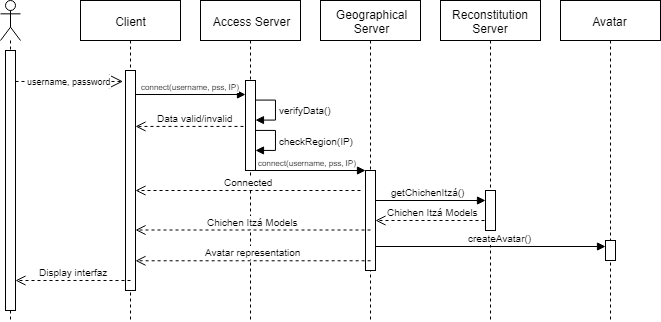
AndresReyesE/7.-Sexto-semestre keeps this draw.io diagram as WIP/PF-Distribuidos/DiagramaSecuencia1.png. Above is the earlier version. Source tidied: cells renumbered, new cells last; positions are measured from the earlier drawing's top-left corner, leaving out a move shared by most shapes.
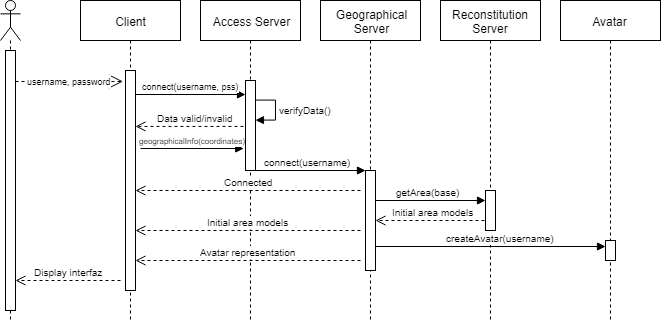
The same diagram one commit later.

Diff of the diagram source:
```diff
@@ -26,7 +26,7 @@
     <mxCell id="8" style="html=1;points=[];perimeter=orthogonalPerimeter;" parent="7" vertex="1">
       <mxGeometry x="45" y="80" width="10" height="90" as="geometry" />
     </mxCell>
-    <mxCell id="9" value="&lt;font style=&quot;font-size: 8px&quot;&gt;connect(username, pss, IP)&lt;/font&gt;" style="html=1;verticalAlign=bottom;endArrow=block;" parent="7" edge="1">
+    <mxCell id="9" value="&lt;font style=&quot;font-size: 10px&quot;&gt;connect(username)&lt;/font&gt;" style="html=1;verticalAlign=bottom;endArrow=block;" parent="7" edge="1">
       <mxGeometry relative="1" as="geometry">
         <mxPoint x="50" y="170" as="sourcePoint" />
         <mxPoint x="165" y="170" as="targetPoint" />
@@ -40,12 +40,12 @@
     <mxCell id="11" value="Geographical&lt;br&gt;Server&lt;br&gt;" style="shape=umlLifeline;perimeter=lifelinePerimeter;whiteSpace=wrap;html=1;" parent="1" vertex="1">
       <mxGeometry x="320" width="100" height="320" as="geometry" />
     </mxCell>
-    <mxCell id="12" value="&lt;font style=&quot;font-size: 10px&quot;&gt;getChichenItzá()&lt;/font&gt;" style="html=1;verticalAlign=bottom;endArrow=block;" parent="11" edge="1" target="16">
+    <mxCell id="12" value="&lt;font style=&quot;font-size: 10px&quot;&gt;getArea(base)&lt;/font&gt;" style="html=1;verticalAlign=bottom;endArrow=block;" parent="11" edge="1" target="16">
       <mxGeometry relative="1" as="geometry">
         <mxPoint x="50" y="200" as="sourcePoint" />
       </mxGeometry>
     </mxCell>
-    <mxCell id="13" value="&lt;font style=&quot;font-size: 10px&quot;&gt;Chichen Itzá Models&lt;/font&gt;" style="html=1;verticalAlign=bottom;endArrow=open;dashed=1;endSize=8;" parent="11" edge="1">
+    <mxCell id="13" value="&lt;font style=&quot;font-size: 10px&quot;&gt;Initial area models&lt;/font&gt;" style="html=1;verticalAlign=bottom;endArrow=open;dashed=1;endSize=8;" parent="11" edge="1">
       <mxGeometry relative="1" as="geometry">
         <mxPoint x="170" y="220" as="sourcePoint" />
         <mxPoint x="55" y="220" as="targetPoint" />
@@ -63,20 +63,11 @@
     <mxCell id="17" value="Avatar" style="shape=umlLifeline;perimeter=lifelinePerimeter;whiteSpace=wrap;html=1;" parent="1" vertex="1">
       <mxGeometry x="560" width="100" height="320" as="geometry" />
     </mxCell>
-    <mxCell id="18" value="&lt;font style=&quot;font-size: 8px&quot;&gt;connect(username, pss, IP)&lt;/font&gt;" style="html=1;verticalAlign=bottom;endArrow=block;" parent="1" edge="1" target="8">
+    <mxCell id="18" value="&lt;font style=&quot;font-size: 9px&quot;&gt;connect(username, pss)&lt;/font&gt;" style="html=1;verticalAlign=bottom;endArrow=block;" parent="1" edge="1" target="8">
       <mxGeometry relative="1" as="geometry">
         <mxPoint x="135" y="94" as="sourcePoint" />
       </mxGeometry>
     </mxCell>
-    <mxCell id="19" value="&lt;font style=&quot;font-size: 10px&quot;&gt;checkRegion(IP)&lt;/font&gt;" style="edgeStyle=orthogonalEdgeStyle;html=1;align=left;spacingLeft=2;endArrow=block;rounded=0;entryX=1;entryY=0;" parent="1" edge="1">
-      <mxGeometry relative="1" as="geometry">
-        <mxPoint x="255" y="129.8" as="sourcePoint" />
-        <mxPoint x="255" y="149.8" as="targetPoint" />
-        <Array as="points">
-          <mxPoint x="275" y="129.5" />
-        </Array>
-      </mxGeometry>
-    </mxCell>
     <mxCell id="20" value="&lt;font style=&quot;font-size: 10px&quot;&gt;verifyData()&lt;/font&gt;" style="edgeStyle=orthogonalEdgeStyle;html=1;align=left;spacingLeft=2;endArrow=block;rounded=0;entryX=1;entryY=0;" parent="1" edge="1">
       <mxGeometry relative="1" as="geometry">
         <mxPoint x="255" y="99.5" as="sourcePoint" />
@@ -89,7 +80,7 @@
     <mxCell id="21" value="&lt;font style=&quot;font-size: 9px&quot;&gt;username, password&lt;/font&gt;" style="endArrow=open;endSize=12;dashed=1;html=1;entryX=-0.245;entryY=0.05;entryDx=0;entryDy=0;entryPerimeter=0;" parent="1" edge="1" source="4" target="6">
       <mxGeometry relative="1" as="geometry" />
     </mxCell>
-    <mxCell id="22" value="&lt;font style=&quot;font-size: 10px&quot;&gt;createAvatar()&lt;/font&gt;" style="html=1;verticalAlign=bottom;endArrow=block;" parent="1" edge="1">
+    <mxCell id="22" value="&lt;font style=&quot;font-size: 10px&quot;&gt;createAvatar(username)&lt;/font&gt;" style="html=1;verticalAlign=bottom;endArrow=block;" parent="1" edge="1">
       <mxGeometry x="0.09" relative="1" as="geometry">
         <mxPoint x="375" y="246" as="sourcePoint" />
         <mxPoint x="605" y="246" as="targetPoint" />
@@ -98,20 +89,26 @@
     <mxCell id="23" style="html=1;perimeter=orthogonalPerimeter;" parent="1" vertex="1">
       <mxGeometry x="605" y="240" width="10" height="20" as="geometry" />
     </mxCell>
-    <mxCell id="24" value="&lt;font style=&quot;font-size: 10px&quot;&gt;Chichen Itzá Models&lt;/font&gt;" style="html=1;verticalAlign=bottom;endArrow=open;dashed=1;endSize=8;" parent="1" edge="1" target="6">
+    <mxCell id="24" value="&lt;font style=&quot;font-size: 10px&quot;&gt;Initial area models&lt;/font&gt;" style="html=1;verticalAlign=bottom;endArrow=open;dashed=1;endSize=8;" parent="1" edge="1" target="6">
       <mxGeometry relative="1" as="geometry">
-        <mxPoint x="370" y="229.5" as="sourcePoint" />
+        <mxPoint x="360" y="230" as="sourcePoint" />
       </mxGeometry>
     </mxCell>
-    <mxCell id="25" value="&lt;font style=&quot;font-size: 10px&quot;&gt;Avatar representation&lt;/font&gt;" style="html=1;verticalAlign=bottom;endArrow=open;dashed=1;endSize=8;exitX=0.5;exitY=0.8;exitDx=0;exitDy=0;exitPerimeter=0;" parent="1" edge="1" target="6">
+    <mxCell id="25" value="&lt;font style=&quot;font-size: 10px&quot;&gt;Avatar representation&lt;/font&gt;" style="html=1;verticalAlign=bottom;endArrow=open;dashed=1;endSize=8;" parent="1" edge="1" target="6">
       <mxGeometry relative="1" as="geometry">
-        <mxPoint x="370.1" y="260.3" as="sourcePoint" />
+        <mxPoint x="360" y="260" as="sourcePoint" />
       </mxGeometry>
     </mxCell>
     <mxCell id="26" value="&lt;font style=&quot;font-size: 10px&quot;&gt;Display interfaz&lt;/font&gt;" style="html=1;verticalAlign=bottom;endArrow=open;dashed=1;endSize=8;" parent="1" edge="1" target="4">
       <mxGeometry relative="1" as="geometry">
-        <mxPoint x="130" y="280" as="sourcePoint" />
+        <mxPoint x="120" y="280" as="sourcePoint" />
       </mxGeometry>
     </mxCell>
+    <mxCell id="27" value="&lt;font style=&quot;font-size: 8px&quot;&gt;geographicalInfo(coordinates)&lt;/font&gt;" style="html=1;verticalAlign=bottom;endArrow=block;entryX=-0.176;entryY=0.7;entryDx=0;entryDy=0;entryPerimeter=0;" parent="1" edge="1">
+      <mxGeometry relative="1" as="geometry">
+        <mxPoint x="140" y="148" as="sourcePoint" />
+        <mxPoint x="243.2" y="148" as="targetPoint" />
+      </mxGeometry>
+    </mxCell>
   </root>
 </mxGraphModel>
```
